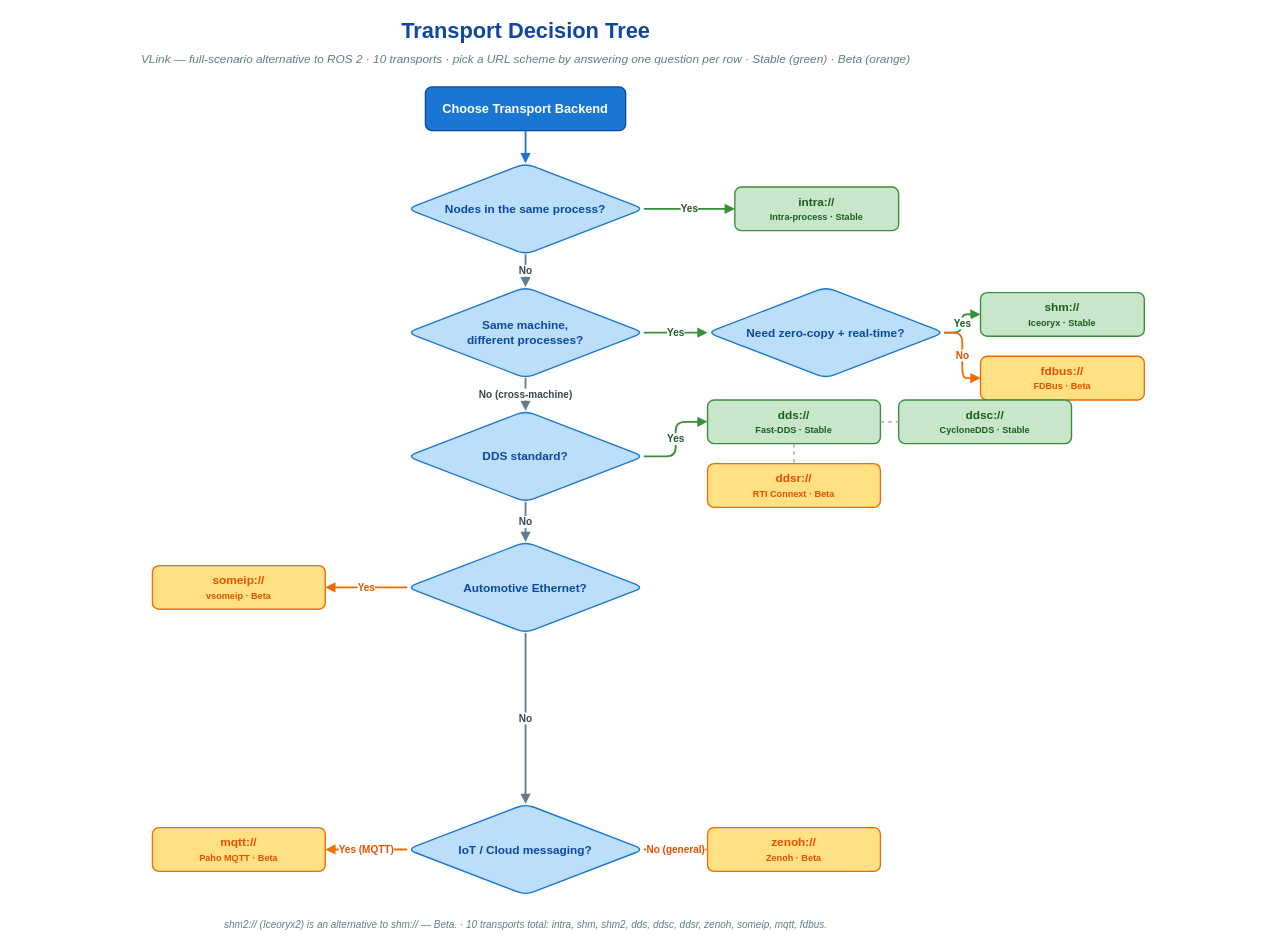
thun-res/vlink keeps this draw.io diagram as doc/images/transport-decision-tree.drawio. Above is the earlier version. Source tidied: cells renumbered, new cells numbered last; positions are measured from the earlier drawing's top-left corner, leaving out a move shared by most shapes. Both pictures are drawn from the tidied source at 91%, with x=0, y=0 at pixel (15, 15).
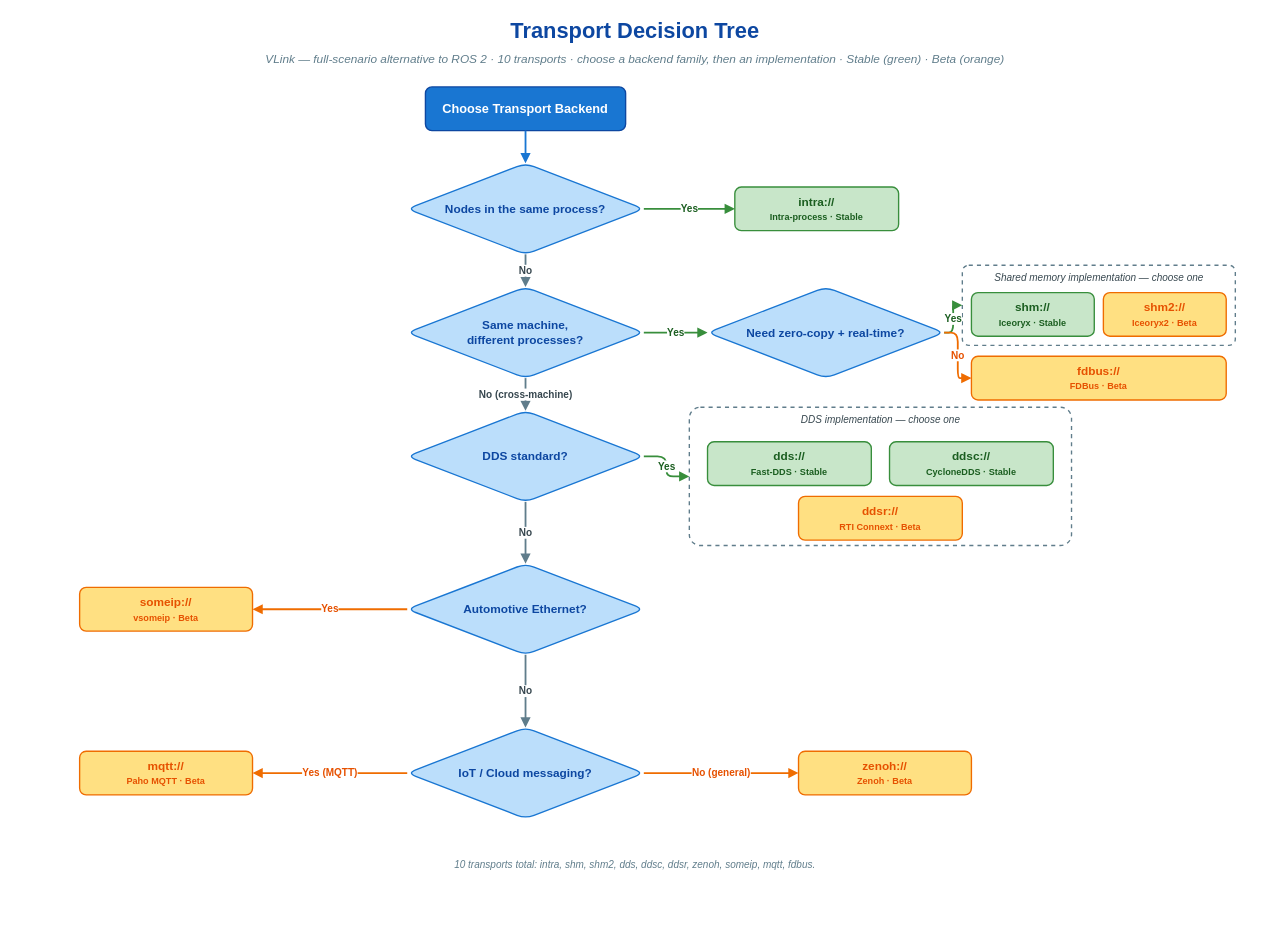
Above is the later version.

Unchanged cells that the change refers to:
```xml
<mxCell id="11" value="Need zero-copy + real-time?" style="rhombus;whiteSpace=wrap;html=1;rounded=1;fillColor=#bbdefb;strokeColor=#1976d2;strokeWidth=1.5;fontFamily=Helvetica;fontSize=13;fontStyle=1;fontColor=#0d47a1;shadow=0;" parent="1" vertex="1">
  <mxGeometry x="760" y="298" width="260" height="100" as="geometry" />
</mxCell>
<mxCell id="17" value="DDS standard?" style="rhombus;whiteSpace=wrap;html=1;rounded=1;fillColor=#bbdefb;strokeColor=#1976d2;strokeWidth=1.5;fontFamily=Helvetica;fontSize=13;fontStyle=1;fontColor=#0d47a1;shadow=0;" parent="1" vertex="1">
  <mxGeometry x="430" y="434" width="260" height="100" as="geometry" />
</mxCell>
```

Change to the diagram source:
```diff
@@
     <mxCell id="2" value="Transport Decision Tree" style="text;html=1;align=center;verticalAlign=middle;strokeColor=none;fillColor=none;fontFamily=Helvetica;fontSize=24;fontStyle=1;fontColor=#0d47a1;" parent="1" vertex="1">
-      <mxGeometry width="1120" height="34" as="geometry" />
+      <mxGeometry width="1360" height="34" as="geometry" />
     </mxCell>
-    <mxCell id="3" value="VLink — full-scenario alternative to ROS 2 · 10 transports · pick a URL scheme by answering one question per row · Stable (green) · Beta (orange)" style="text;html=1;align=center;verticalAlign=middle;strokeColor=none;fillColor=none;fontFamily=Helvetica;fontSize=13;fontStyle=2;fontColor=#607d8b;" parent="1" vertex="1">
-      <mxGeometry y="36" width="1120" height="22" as="geometry" />
+    <mxCell id="3" value="VLink — full-scenario alternative to ROS 2 · 10 transports · choose a backend family, then an implementation · Stable (green) · Beta (orange)" style="text;html=1;align=center;verticalAlign=middle;strokeColor=none;fillColor=none;fontFamily=Helvetica;fontSize=13;fontStyle=2;fontColor=#607d8b;" parent="1" vertex="1">
+      <mxGeometry y="36" width="1360" height="22" as="geometry" />
     </mxCell>
@@
+    <mxCell id="36" style="rounded=1;whiteSpace=wrap;html=1;fillColor=#ffffff;strokeColor=#607d8b;strokeWidth=1.5;dashed=1;arcSize=8;shadow=0;" parent="1" vertex="1">
+      <mxGeometry x="1040" y="274" width="300" height="88" as="geometry" />
+    </mxCell>
+    <mxCell id="37" value="Shared memory implementation — choose one" style="text;html=1;align=center;verticalAlign=middle;strokeColor=none;fillColor=none;fontFamily=Helvetica;fontSize=11;fontStyle=2;fontColor=#37474f;" parent="1" vertex="1">
+      <mxGeometry x="1050" y="278" width="280" height="20" as="geometry" />
+    </mxCell>
     <mxCell id="13" value="&lt;b&gt;shm://&lt;/b&gt;&lt;br/&gt;&lt;span style=&quot;font-size:10px&quot;&gt;Iceoryx · Stable&lt;/span&gt;" style="rounded=1;whiteSpace=wrap;html=1;fillColor=#c8e6c9;strokeColor=#388e3c;strokeWidth=1.5;fontFamily=Helvetica;fontSize=13;fontStyle=1;fontColor=#1b5e20;shadow=0;align=center;" parent="1" vertex="1">
-      <mxGeometry x="1060" y="304" width="180" height="48" as="geometry" />
+      <mxGeometry x="1050" y="304" width="135" height="48" as="geometry" />
     </mxCell>
+    <mxCell id="38" value="&lt;b&gt;shm2://&lt;/b&gt;&lt;br/&gt;&lt;span style=&quot;font-size:10px&quot;&gt;Iceoryx2 · Beta&lt;/span&gt;" style="rounded=1;whiteSpace=wrap;html=1;fillColor=#ffe082;strokeColor=#ef6c00;strokeWidth=1.5;fontFamily=Helvetica;fontSize=13;fontStyle=1;fontColor=#e65100;shadow=0;align=center;" parent="1" vertex="1">
+      <mxGeometry x="1195" y="304" width="135" height="48" as="geometry" />
+    </mxCell>
-    <mxCell id="14" value="Yes" style="endArrow=block;endFill=1;html=1;rounded=1;strokeWidth=2;strokeColor=#388e3c;fontFamily=Helvetica;fontSize=11;fontStyle=1;fontColor=#1b5e20;labelBackgroundColor=#ffffff;edgeStyle=orthogonalEdgeStyle;" parent="1" edge="1" source="11" target="13">
+    <mxCell id="14" value="Yes" style="endArrow=block;endFill=1;html=1;rounded=1;strokeWidth=2;strokeColor=#388e3c;fontFamily=Helvetica;fontSize=11;fontStyle=1;fontColor=#1b5e20;labelBackgroundColor=#ffffff;edgeStyle=orthogonalEdgeStyle;" parent="1" edge="1" source="11" target="36">
       <mxGeometry relative="1" as="geometry" />
     </mxCell>
     <mxCell id="15" value="&lt;b&gt;fdbus://&lt;/b&gt;&lt;br/&gt;&lt;span style=&quot;font-size:10px&quot;&gt;FDBus · Beta&lt;/span&gt;" style="rounded=1;whiteSpace=wrap;html=1;fillColor=#ffe082;strokeColor=#ef6c00;strokeWidth=1.5;fontFamily=Helvetica;fontSize=13;fontStyle=1;fontColor=#e65100;shadow=0;align=center;" parent="1" vertex="1">
-      <mxGeometry x="1060" y="374" width="180" height="48" as="geometry" />
+      <mxGeometry x="1050" y="374" width="280" height="48" as="geometry" />
     </mxCell>
@@
+    <mxCell id="39" style="rounded=1;whiteSpace=wrap;html=1;fillColor=#ffffff;strokeColor=#607d8b;strokeWidth=1.5;dashed=1;arcSize=8;shadow=0;" parent="1" vertex="1">
+      <mxGeometry x="740" y="430" width="420" height="152" as="geometry" />
+    </mxCell>
+    <mxCell id="40" value="DDS implementation — choose one" style="text;html=1;align=center;verticalAlign=middle;strokeColor=none;fillColor=none;fontFamily=Helvetica;fontSize=11;fontStyle=2;fontColor=#37474f;" parent="1" vertex="1">
+      <mxGeometry x="750" y="434" width="400" height="20" as="geometry" />
+    </mxCell>
     <mxCell id="19" value="&lt;b&gt;dds://&lt;/b&gt;&lt;br/&gt;&lt;span style=&quot;font-size:10px&quot;&gt;Fast-DDS · Stable&lt;/span&gt;" style="rounded=1;whiteSpace=wrap;html=1;fillColor=#c8e6c9;strokeColor=#388e3c;strokeWidth=1.5;fontFamily=Helvetica;fontSize=13;fontStyle=1;fontColor=#1b5e20;shadow=0;align=center;" parent="1" vertex="1">
-      <mxGeometry x="760" y="422" width="190" height="48" as="geometry" />
+      <mxGeometry x="760" y="468" width="180" height="48" as="geometry" />
     </mxCell>
     <mxCell id="20" value="&lt;b&gt;ddsc://&lt;/b&gt;&lt;br/&gt;&lt;span style=&quot;font-size:10px&quot;&gt;CycloneDDS · Stable&lt;/span&gt;" style="rounded=1;whiteSpace=wrap;html=1;fillColor=#c8e6c9;strokeColor=#388e3c;strokeWidth=1.5;fontFamily=Helvetica;fontSize=13;fontStyle=1;fontColor=#1b5e20;shadow=0;align=center;" parent="1" vertex="1">
-      <mxGeometry x="970" y="422" width="190" height="48" as="geometry" />
+      <mxGeometry x="960" y="468" width="180" height="48" as="geometry" />
     </mxCell>
     <mxCell id="21" value="&lt;b&gt;ddsr://&lt;/b&gt;&lt;br/&gt;&lt;span style=&quot;font-size:10px&quot;&gt;RTI Connext · Beta&lt;/span&gt;" style="rounded=1;whiteSpace=wrap;html=1;fillColor=#ffe082;strokeColor=#ef6c00;strokeWidth=1.5;fontFamily=Helvetica;fontSize=13;fontStyle=1;fontColor=#e65100;shadow=0;align=center;" parent="1" vertex="1">
-      <mxGeometry x="760" y="492" width="190" height="48" as="geometry" />
+      <mxGeometry x="860" y="528" width="180" height="48" as="geometry" />
     </mxCell>
-    <mxCell id="22" value="Yes" style="endArrow=block;endFill=1;html=1;rounded=1;strokeWidth=2;strokeColor=#388e3c;fontFamily=Helvetica;fontSize=11;fontStyle=1;fontColor=#1b5e20;labelBackgroundColor=#ffffff;edgeStyle=orthogonalEdgeStyle;" parent="1" edge="1" source="17" target="19">
+    <mxCell id="22" value="Yes" style="endArrow=block;endFill=1;html=1;rounded=1;strokeWidth=2;strokeColor=#388e3c;fontFamily=Helvetica;fontSize=11;fontStyle=1;fontColor=#1b5e20;labelBackgroundColor=#ffffff;edgeStyle=orthogonalEdgeStyle;" parent="1" edge="1" source="17" target="39">
       <mxGeometry relative="1" as="geometry" />
     </mxCell>
-    <mxCell id="23" style="endArrow=none;html=1;rounded=1;strokeWidth=1.4;strokeColor=#90a4ae;dashed=1;exitX=1;exitY=0.5;entryX=0;entryY=0.5;" parent="1" edge="1" source="19" target="20">
-      <mxGeometry relative="1" as="geometry" />
-    </mxCell>
-    <mxCell id="24" style="endArrow=none;html=1;rounded=1;strokeWidth=1.4;strokeColor=#90a4ae;dashed=1;exitX=0.5;exitY=1;entryX=0.5;entryY=0;" parent="1" edge="1" source="19" target="21">
-      <mxGeometry relative="1" as="geometry" />
-    </mxCell>
     <mxCell id="25" value="Automotive Ethernet?" style="rhombus;whiteSpace=wrap;html=1;rounded=1;fillColor=#bbdefb;strokeColor=#1976d2;strokeWidth=1.5;fontFamily=Helvetica;fontSize=13;fontStyle=1;fontColor=#0d47a1;shadow=0;" parent="1" vertex="1">
-      <mxGeometry x="430" y="578" width="260" height="100" as="geometry" />
+      <mxGeometry x="430" y="602" width="260" height="100" as="geometry" />
     </mxCell>
@@
     <mxCell id="27" value="&lt;b&gt;someip://&lt;/b&gt;&lt;br/&gt;&lt;span style=&quot;font-size:10px&quot;&gt;vsomeip · Beta&lt;/span&gt;" style="rounded=1;whiteSpace=wrap;html=1;fillColor=#ffe082;strokeColor=#ef6c00;strokeWidth=1.5;fontFamily=Helvetica;fontSize=13;fontStyle=1;fontColor=#e65100;shadow=0;align=center;" parent="1" vertex="1">
-      <mxGeometry x="150" y="604" width="190" height="48" as="geometry" />
+      <mxGeometry x="70" y="628" width="190" height="48" as="geometry" />
     </mxCell>
@@
     <mxCell id="30" value="IoT / Cloud messaging?" style="rhombus;whiteSpace=wrap;html=1;rounded=1;fillColor=#bbdefb;strokeColor=#1976d2;strokeWidth=1.5;fontFamily=Helvetica;fontSize=13;fontStyle=1;fontColor=#0d47a1;shadow=0;" parent="1" vertex="1">
-      <mxGeometry x="430" y="866" width="260" height="100" as="geometry" />
+      <mxGeometry x="430" y="782" width="260" height="100" as="geometry" />
     </mxCell>
     <mxCell id="31" value="&lt;b&gt;mqtt://&lt;/b&gt;&lt;br/&gt;&lt;span style=&quot;font-size:10px&quot;&gt;Paho MQTT · Beta&lt;/span&gt;" style="rounded=1;whiteSpace=wrap;html=1;fillColor=#ffe082;strokeColor=#ef6c00;strokeWidth=1.5;fontFamily=Helvetica;fontSize=13;fontStyle=1;fontColor=#e65100;shadow=0;align=center;" parent="1" vertex="1">
-      <mxGeometry x="150" y="892" width="190" height="48" as="geometry" />
+      <mxGeometry x="70" y="808" width="190" height="48" as="geometry" />
     </mxCell>
@@
     <mxCell id="33" value="&lt;b&gt;zenoh://&lt;/b&gt;&lt;br/&gt;&lt;span style=&quot;font-size:10px&quot;&gt;Zenoh · Beta&lt;/span&gt;" style="rounded=1;whiteSpace=wrap;html=1;fillColor=#ffe082;strokeColor=#ef6c00;strokeWidth=1.5;fontFamily=Helvetica;fontSize=13;fontStyle=1;fontColor=#e65100;shadow=0;align=center;" parent="1" vertex="1">
-      <mxGeometry x="760" y="892" width="190" height="48" as="geometry" />
+      <mxGeometry x="860" y="808" width="190" height="48" as="geometry" />
     </mxCell>
@@
-    <mxCell id="35" value="shm2:// (Iceoryx2) is an alternative to shm:// — Beta.  ·  10 transports total: intra, shm, shm2, dds, ddsc, ddsr, zenoh, someip, mqtt, fdbus." style="text;html=1;align=center;verticalAlign=middle;strokeColor=none;fillColor=none;fontFamily=Helvetica;fontSize=11;fontStyle=2;fontColor=#607d8b;" parent="1" vertex="1">
-      <mxGeometry y="988" width="1120" height="22" as="geometry" />
+    <mxCell id="35" value="10 transports total: intra, shm, shm2, dds, ddsc, ddsr, zenoh, someip, mqtt, fdbus." style="text;html=1;align=center;verticalAlign=middle;strokeColor=none;fillColor=none;fontFamily=Helvetica;fontSize=11;fontStyle=2;fontColor=#607d8b;" parent="1" vertex="1">
+      <mxGeometry y="922" width="1360" height="22" as="geometry" />
     </mxCell>
```
